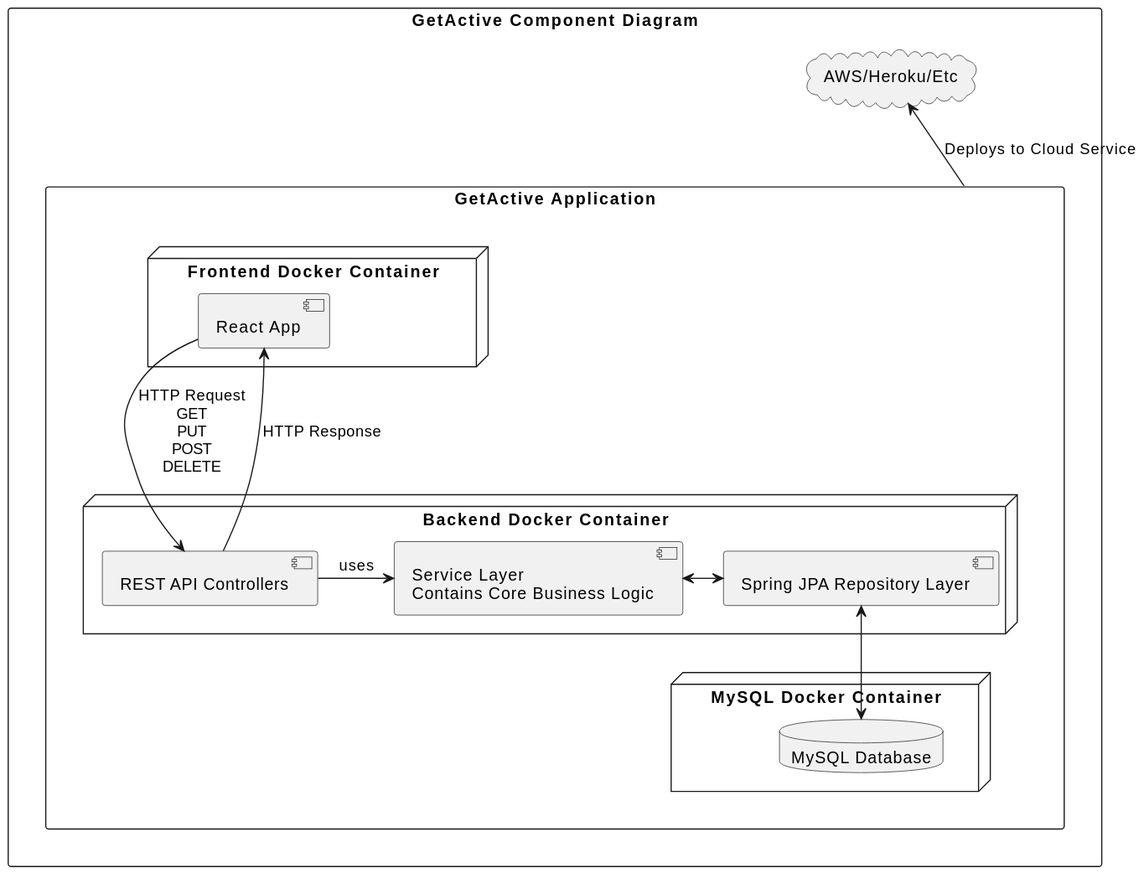
Earlier version of the PlantUML export misc/ApplicationComponentDiagram.svg (BUMETCS673/CS673OLSum25Team1). Source of this version:
```plantuml
@startuml
rectangle "GetActive Component Diagram" {
    rectangle "GetActive Application" as APPLICATION {
        node "Backend Docker Container" {
            [REST API Controllers] as BACKEND_API
            [Service Layer\nContains Core Business Logic] as BACKEND_SERVICE
            [Spring JPA Repository Layer] as BACKEND_DATA
        }
        [BACKEND_API] -r-> [BACKEND_SERVICE] : uses
        [BACKEND_SERVICE] <-r-> [BACKEND_DATA]

        node "MySQL Docker Container" {
            database "MySQL Database" {
            }
        }
        [BACKEND_DATA] <-d-> [MySQL Database]

        node "Frontend Docker Container" {
           [React App]
        }

        [React App] -d-> [BACKEND_API]: HTTP Request\nGET\nPUT\nPOST\nDELETE
        [React App] <-d- [BACKEND_API]: HTTP Response
    }
    cloud "AWS/Heroku/Etc" as CLOUD {
    }
}
[APPLICATION] -u-> [CLOUD]: Deploys to Cloud Service
@enduml
```
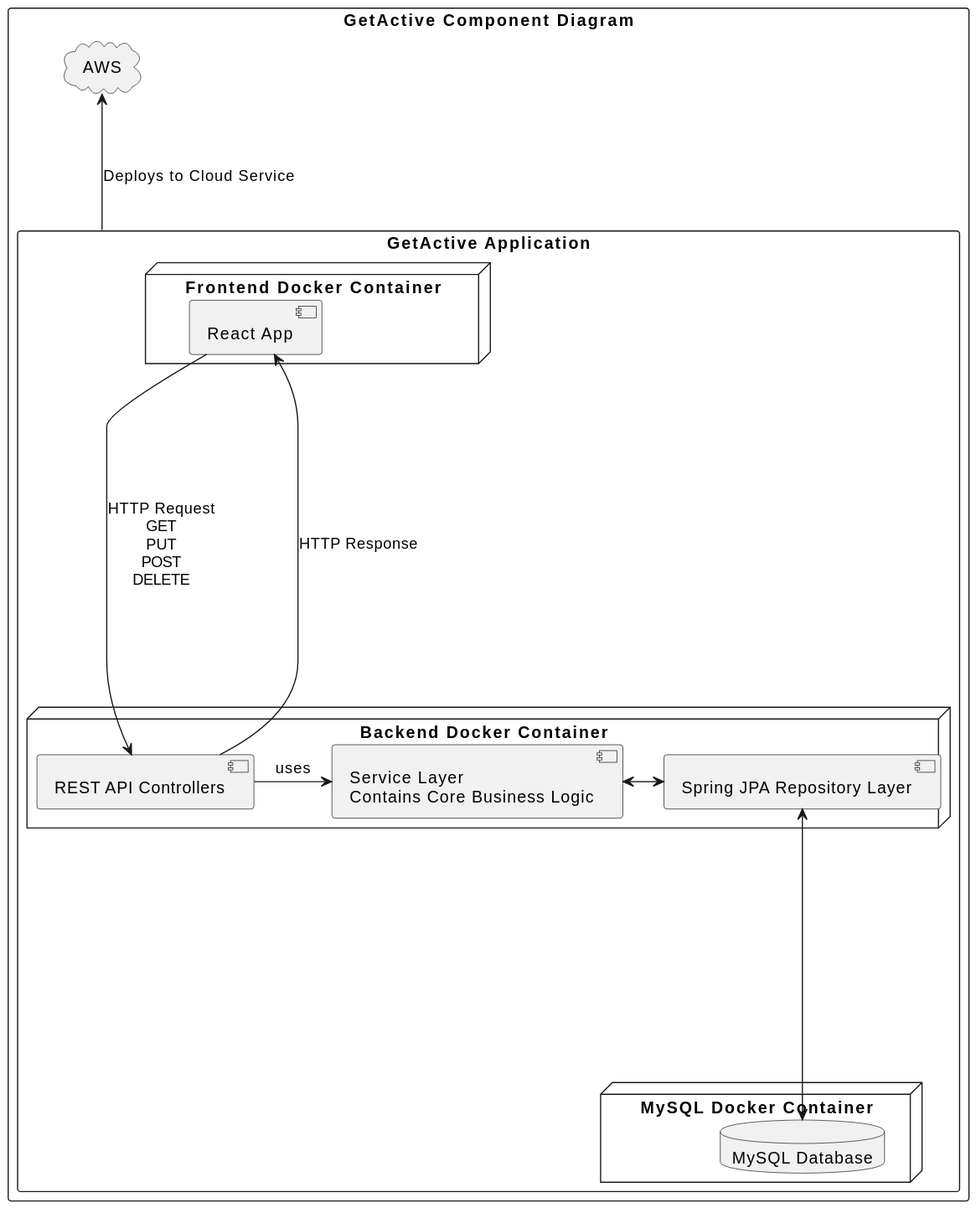
After the commit.

What changed in the source:
```diff
@@ -22,7 +22,7 @@
         [React App] -d-> [BACKEND_API]: HTTP Request\nGET\nPUT\nPOST\nDELETE
         [React App] <-d- [BACKEND_API]: HTTP Response
     }
-    cloud "AWS/Heroku/Etc" as CLOUD {
+    cloud "AWS" as CLOUD {
     }
 }
 [APPLICATION] -u-> [CLOUD]: Deploys to Cloud Service
```
